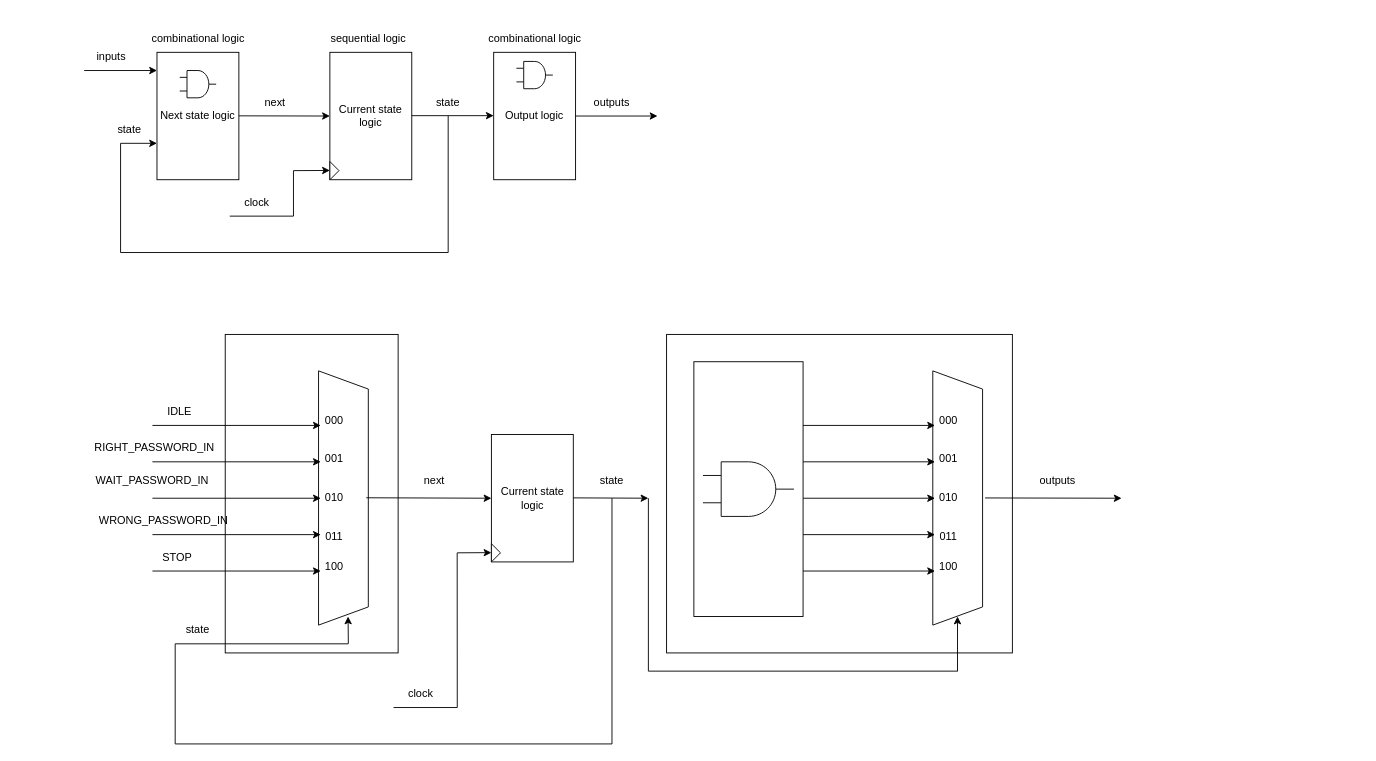
The draw.io diagram Car_Parking.drawio in 106210049/Car-Parking-System-design-with-SystemVerilog, before the edit. Source tidied: cells renumbered, new cells numbered last; positions are measured from the earlier drawing's top-left corner, leaving out a move shared by most shapes. Both pictures are drawn from the tidied source at 91%, with x=0, y=0 at pixel (84, 25).
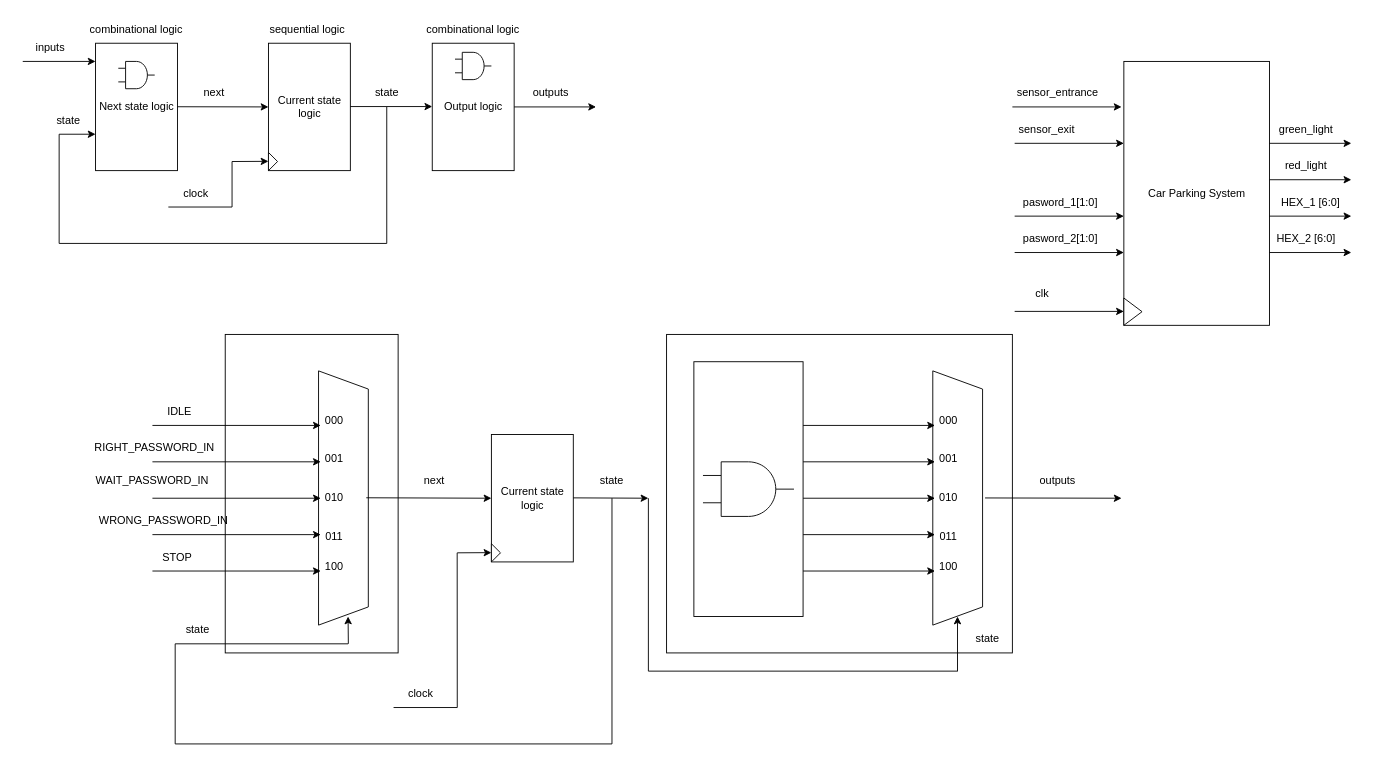
The same diagram, later.

Diff of the diagram source:
```diff
@@
     <mxCell id="3" value="Next state logic" style="rounded=0;whiteSpace=wrap;html=1;" parent="1" vertex="1">
-      <mxGeometry x="80" y="30" width="90" height="140" as="geometry" />
+      <mxGeometry x="12.5" y="20" width="90" height="140" as="geometry" />
     </mxCell>
     <mxCell id="4" value="Current state logic" style="rounded=0;whiteSpace=wrap;html=1;" parent="1" vertex="1">
-      <mxGeometry x="270" y="30" width="90" height="140" as="geometry" />
+      <mxGeometry x="202.5" y="20" width="90" height="140" as="geometry" />
     </mxCell>
     <mxCell id="5" style="triangle;whiteSpace=wrap;html=1;" parent="1" vertex="1">
-      <mxGeometry x="270" y="150" width="10" height="20" as="geometry" />
+      <mxGeometry x="202.5" y="140" width="10" height="20" as="geometry" />
     </mxCell>
     <mxCell id="6" style="endArrow=classic;html=1;rounded=0;" parent="1" edge="1">
       <mxGeometry relative="1" as="geometry">
-        <mxPoint x="230" y="160" as="sourcePoint" />
-        <mxPoint x="270" y="159.8" as="targetPoint" />
+        <mxPoint x="162.5" y="150" as="sourcePoint" />
+        <mxPoint x="202.5" y="149.8" as="targetPoint" />
       </mxGeometry>
     </mxCell>
     <mxCell id="7" style="endArrow=none;html=1;rounded=0;" parent="1" edge="1">
       <mxGeometry relative="1" as="geometry">
-        <mxPoint x="230" y="210" as="sourcePoint" />
-        <mxPoint x="230" y="160" as="targetPoint" />
+        <mxPoint x="162.5" y="200" as="sourcePoint" />
+        <mxPoint x="162.5" y="150" as="targetPoint" />
       </mxGeometry>
     </mxCell>
     <mxCell id="8" style="endArrow=none;html=1;rounded=0;" parent="1" edge="1">
       <mxGeometry relative="1" as="geometry">
-        <mxPoint x="160" y="210" as="sourcePoint" />
-        <mxPoint x="230" y="210" as="targetPoint" />
+        <mxPoint x="92.5" y="200" as="sourcePoint" />
+        <mxPoint x="162.5" y="200" as="targetPoint" />
       </mxGeometry>
     </mxCell>
     <mxCell id="9" value="clock" style="text;strokeColor=none;align=center;fillColor=none;html=1;verticalAlign=middle;whiteSpace=wrap;rounded=0;" parent="1" vertex="1">
-      <mxGeometry x="160" y="180" width="60" height="30" as="geometry" />
+      <mxGeometry x="92.5" y="170" width="60" height="30" as="geometry" />
     </mxCell>
     <mxCell id="10" style="endArrow=classic;html=1;rounded=0;entryX=0;entryY=0.5;entryDx=0;entryDy=0;" parent="1" edge="1" target="4">
       <mxGeometry relative="1" as="geometry">
-        <mxPoint x="170" y="99.8" as="sourcePoint" />
+        <mxPoint x="102.5" y="89.8" as="sourcePoint" />
       </mxGeometry>
     </mxCell>
     <mxCell id="11" value="next" style="text;strokeColor=none;align=center;fillColor=none;html=1;verticalAlign=middle;whiteSpace=wrap;rounded=0;" parent="1" vertex="1">
-      <mxGeometry x="180" y="70" width="60" height="30" as="geometry" />
+      <mxGeometry x="112.5" y="60" width="60" height="30" as="geometry" />
     </mxCell>
     <mxCell id="12" style="endArrow=classic;html=1;rounded=0;" parent="1" edge="1">
       <mxGeometry relative="1" as="geometry">
-        <mxPoint x="360" y="99.6" as="sourcePoint" />
-        <mxPoint x="450" y="99.6" as="targetPoint" />
+        <mxPoint x="292.5" y="89.6" as="sourcePoint" />
+        <mxPoint x="382.5" y="89.6" as="targetPoint" />
       </mxGeometry>
     </mxCell>
     <mxCell id="13" value="Output logic" style="rounded=0;whiteSpace=wrap;html=1;" parent="1" vertex="1">
-      <mxGeometry x="450" y="30" width="90" height="140" as="geometry" />
+      <mxGeometry x="382.5" y="20" width="90" height="140" as="geometry" />
     </mxCell>
     <mxCell id="14" style="endArrow=none;html=1;rounded=0;" parent="1" edge="1">
       <mxGeometry relative="1" as="geometry">
-        <mxPoint x="400" y="250" as="sourcePoint" />
-        <mxPoint x="400" y="100" as="targetPoint" />
+        <mxPoint x="332.5" y="240" as="sourcePoint" />
+        <mxPoint x="332.5" y="90" as="targetPoint" />
       </mxGeometry>
     </mxCell>
     <mxCell id="15" style="endArrow=none;html=1;rounded=0;" parent="1" edge="1">
       <mxGeometry relative="1" as="geometry">
-        <mxPoint x="40" y="250" as="sourcePoint" />
-        <mxPoint x="400" y="250" as="targetPoint" />
+        <mxPoint x="-27.5" y="240" as="sourcePoint" />
+        <mxPoint x="332.5" y="240" as="targetPoint" />
       </mxGeometry>
     </mxCell>
     <mxCell id="16" style="endArrow=none;html=1;rounded=0;" parent="1" edge="1">
       <mxGeometry relative="1" as="geometry">
-        <mxPoint x="40" y="250" as="sourcePoint" />
-        <mxPoint x="40" y="130" as="targetPoint" />
+        <mxPoint x="-27.5" y="240" as="sourcePoint" />
+        <mxPoint x="-27.5" y="120" as="targetPoint" />
       </mxGeometry>
     </mxCell>
     <mxCell id="17" style="endArrow=classic;html=1;rounded=0;" parent="1" edge="1">
       <mxGeometry relative="1" as="geometry">
-        <mxPoint x="40" y="130" as="sourcePoint" />
-        <mxPoint x="80" y="130" as="targetPoint" />
+        <mxPoint x="-27.5" y="120" as="sourcePoint" />
+        <mxPoint x="12.5" y="120" as="targetPoint" />
       </mxGeometry>
     </mxCell>
     <mxCell id="18" value="state" style="text;strokeColor=none;align=center;fillColor=none;html=1;verticalAlign=middle;whiteSpace=wrap;rounded=0;" parent="1" vertex="1">
-      <mxGeometry x="370" y="70" width="60" height="30" as="geometry" />
+      <mxGeometry x="302.5" y="60" width="60" height="30" as="geometry" />
     </mxCell>
     <mxCell id="19" value="state" style="text;strokeColor=none;align=center;fillColor=none;html=1;verticalAlign=middle;whiteSpace=wrap;rounded=0;" parent="1" vertex="1">
-      <mxGeometry x="20" y="100" width="60" height="30" as="geometry" />
+      <mxGeometry x="-47.5" y="90" width="60" height="30" as="geometry" />
     </mxCell>
     <mxCell id="20" style="verticalLabelPosition=bottom;shadow=0;dashed=0;align=center;html=1;verticalAlign=top;shape=mxgraph.electrical.logic_gates.logic_gate;operation=and;" parent="1" vertex="1">
-      <mxGeometry x="105" y="50" width="40" height="30" as="geometry" />
+      <mxGeometry x="37.5" y="40" width="40" height="30" as="geometry" />
     </mxCell>
     <mxCell id="21" style="verticalLabelPosition=bottom;shadow=0;dashed=0;align=center;html=1;verticalAlign=top;shape=mxgraph.electrical.logic_gates.logic_gate;operation=and;" parent="1" vertex="1">
-      <mxGeometry x="475" y="40" width="40" height="30" as="geometry" />
+      <mxGeometry x="407.5" y="30" width="40" height="30" as="geometry" />
     </mxCell>
     <mxCell id="22" style="endArrow=classic;html=1;rounded=0;" parent="1" edge="1">
       <mxGeometry relative="1" as="geometry">
-        <mxPoint x="540" y="100" as="sourcePoint" />
-        <mxPoint x="630" y="100" as="targetPoint" />
+        <mxPoint x="472.5" y="90" as="sourcePoint" />
+        <mxPoint x="562.5" y="90" as="targetPoint" />
       </mxGeometry>
     </mxCell>
     <mxCell id="23" value="outputs" style="text;strokeColor=none;align=center;fillColor=none;html=1;verticalAlign=middle;whiteSpace=wrap;rounded=0;" parent="1" vertex="1">
-      <mxGeometry x="550" y="70" width="60" height="30" as="geometry" />
+      <mxGeometry x="482.5" y="60" width="60" height="30" as="geometry" />
     </mxCell>
     <mxCell id="24" style="endArrow=classic;html=1;rounded=0;" parent="1" edge="1">
       <mxGeometry relative="1" as="geometry">
-        <mxPoint y="50" as="sourcePoint" />
-        <mxPoint x="80" y="50" as="targetPoint" />
+        <mxPoint x="-67.5" y="40" as="sourcePoint" />
+        <mxPoint x="12.5" y="40" as="targetPoint" />
       </mxGeometry>
     </mxCell>
     <mxCell id="25" value="inputs" style="text;strokeColor=none;align=center;fillColor=none;html=1;verticalAlign=middle;whiteSpace=wrap;rounded=0;" parent="1" vertex="1">
-      <mxGeometry y="20" width="60" height="30" as="geometry" />
+      <mxGeometry x="-67.5" y="10" width="60" height="30" as="geometry" />
     </mxCell>
     <mxCell id="26" value="combinational logic" style="text;strokeColor=none;align=center;fillColor=none;html=1;verticalAlign=middle;whiteSpace=wrap;rounded=0;" parent="1" vertex="1">
-      <mxGeometry x="67.5" width="115" height="30" as="geometry" />
+      <mxGeometry y="-10" width="115" height="30" as="geometry" />
     </mxCell>
     <mxCell id="27" value="sequential logic" style="text;strokeColor=none;align=center;fillColor=none;html=1;verticalAlign=middle;whiteSpace=wrap;rounded=0;" parent="1" vertex="1">
-      <mxGeometry x="255" width="115" height="30" as="geometry" />
+      <mxGeometry x="187.5" y="-10" width="115" height="30" as="geometry" />
     </mxCell>
     <mxCell id="28" value="combinational logic" style="text;strokeColor=none;align=center;fillColor=none;html=1;verticalAlign=middle;whiteSpace=wrap;rounded=0;" parent="1" vertex="1">
-      <mxGeometry x="437.5" width="115" height="30" as="geometry" />
+      <mxGeometry x="370" y="-10" width="115" height="30" as="geometry" />
     </mxCell>
@@
+    <mxCell id="80" value="state" style="text;strokeColor=none;align=center;fillColor=none;html=1;verticalAlign=middle;whiteSpace=wrap;rounded=0;" parent="1" vertex="1">
+      <mxGeometry x="962.5" y="660" width="60" height="30" as="geometry" />
+    </mxCell>
+    <mxCell id="81" value="Car Parking System" style="rounded=0;whiteSpace=wrap;html=1;" parent="1" vertex="1">
+      <mxGeometry x="1142.5" y="40" width="160" height="290" as="geometry" />
+    </mxCell>
+    <mxCell id="82" style="endArrow=classic;html=1;rounded=0;" parent="1" edge="1">
+      <mxGeometry relative="1" as="geometry">
+        <mxPoint x="1020" y="90" as="sourcePoint" />
+        <mxPoint x="1140" y="90" as="targetPoint" />
+      </mxGeometry>
+    </mxCell>
+    <mxCell id="83" style="endArrow=classic;html=1;rounded=0;" parent="1" edge="1">
+      <mxGeometry relative="1" as="geometry">
+        <mxPoint x="1022.5" y="314.7" as="sourcePoint" />
+        <mxPoint x="1142.5" y="314.7" as="targetPoint" />
+      </mxGeometry>
+    </mxCell>
+    <mxCell id="84" style="triangle;whiteSpace=wrap;html=1;" parent="1" vertex="1">
+      <mxGeometry x="1142.5" y="300" width="20" height="30" as="geometry" />
+    </mxCell>
+    <mxCell id="85" style="endArrow=classic;html=1;rounded=0;" parent="1" edge="1">
+      <mxGeometry relative="1" as="geometry">
+        <mxPoint x="1022.5" y="130" as="sourcePoint" />
+        <mxPoint x="1142.5" y="130" as="targetPoint" />
+      </mxGeometry>
+    </mxCell>
+    <mxCell id="86" style="endArrow=classic;html=1;rounded=0;" parent="1" edge="1">
+      <mxGeometry relative="1" as="geometry">
+        <mxPoint x="1022.5" y="210" as="sourcePoint" />
+        <mxPoint x="1142.5" y="210" as="targetPoint" />
+      </mxGeometry>
+    </mxCell>
+    <mxCell id="87" style="endArrow=classic;html=1;rounded=0;" parent="1" edge="1">
+      <mxGeometry relative="1" as="geometry">
+        <mxPoint x="1022.5" y="250" as="sourcePoint" />
+        <mxPoint x="1142.5" y="250" as="targetPoint" />
+      </mxGeometry>
+    </mxCell>
+    <mxCell id="88" value="sensor_entrance" style="text;strokeColor=none;align=center;fillColor=none;html=1;verticalAlign=middle;whiteSpace=wrap;rounded=0;" parent="1" vertex="1">
+      <mxGeometry x="994.5" y="60" width="150" height="30" as="geometry" />
+    </mxCell>
+    <mxCell id="89" value="sensor_exit" style="text;strokeColor=none;align=center;fillColor=none;html=1;verticalAlign=middle;whiteSpace=wrap;rounded=0;" parent="1" vertex="1">
+      <mxGeometry x="982.5" y="100" width="150" height="30" as="geometry" />
+    </mxCell>
+    <mxCell id="90" value="pasword_1[1:0]" style="text;strokeColor=none;align=center;fillColor=none;html=1;verticalAlign=middle;whiteSpace=wrap;rounded=0;" parent="1" vertex="1">
+      <mxGeometry x="1012.5" y="180" width="120" height="30" as="geometry" />
+    </mxCell>
+    <mxCell id="91" value="pasword_2[1:0]" style="text;strokeColor=none;align=center;fillColor=none;html=1;verticalAlign=middle;whiteSpace=wrap;rounded=0;" parent="1" vertex="1">
+      <mxGeometry x="1012.5" y="220" width="120" height="30" as="geometry" />
+    </mxCell>
+    <mxCell id="92" value="clk" style="text;strokeColor=none;align=center;fillColor=none;html=1;verticalAlign=middle;whiteSpace=wrap;rounded=0;" parent="1" vertex="1">
+      <mxGeometry x="1022.5" y="280" width="60" height="30" as="geometry" />
+    </mxCell>
+    <mxCell id="93" style="endArrow=classic;html=1;rounded=0;" parent="1" edge="1">
+      <mxGeometry relative="1" as="geometry">
+        <mxPoint x="1302.5" y="130" as="sourcePoint" />
+        <mxPoint x="1392.5" y="130" as="targetPoint" />
+      </mxGeometry>
+    </mxCell>
+    <mxCell id="94" style="endArrow=classic;html=1;rounded=0;" parent="1" edge="1">
+      <mxGeometry relative="1" as="geometry">
+        <mxPoint x="1302.5" y="170" as="sourcePoint" />
+        <mxPoint x="1392.5" y="170" as="targetPoint" />
+      </mxGeometry>
+    </mxCell>
+    <mxCell id="95" style="endArrow=classic;html=1;rounded=0;" parent="1" edge="1">
+      <mxGeometry relative="1" as="geometry">
+        <mxPoint x="1302.5" y="210" as="sourcePoint" />
+        <mxPoint x="1392.5" y="210" as="targetPoint" />
+      </mxGeometry>
+    </mxCell>
+    <mxCell id="96" style="endArrow=classic;html=1;rounded=0;" parent="1" edge="1">
+      <mxGeometry relative="1" as="geometry">
+        <mxPoint x="1302.5" y="250" as="sourcePoint" />
+        <mxPoint x="1392.5" y="250" as="targetPoint" />
+      </mxGeometry>
+    </mxCell>
+    <mxCell id="97" value="green_light" style="text;strokeColor=none;align=center;fillColor=none;html=1;verticalAlign=middle;whiteSpace=wrap;rounded=0;" parent="1" vertex="1">
+      <mxGeometry x="1312.5" y="100" width="60" height="30" as="geometry" />
+    </mxCell>
+    <mxCell id="98" value="red_light" style="text;strokeColor=none;align=center;fillColor=none;html=1;verticalAlign=middle;whiteSpace=wrap;rounded=0;" parent="1" vertex="1">
+      <mxGeometry x="1312.5" y="140" width="60" height="30" as="geometry" />
+    </mxCell>
+    <mxCell id="99" value="HEX_1 [6:0]" style="text;strokeColor=none;align=center;fillColor=none;html=1;verticalAlign=middle;whiteSpace=wrap;rounded=0;" parent="1" vertex="1">
+      <mxGeometry x="1292.5" y="180" width="110" height="30" as="geometry" />
+    </mxCell>
+    <mxCell id="100" value="HEX_2 [6:0]" style="text;strokeColor=none;align=center;fillColor=none;html=1;verticalAlign=middle;whiteSpace=wrap;rounded=0;" parent="1" vertex="1">
+      <mxGeometry x="1287.5" y="220" width="110" height="30" as="geometry" />
+    </mxCell>
```
